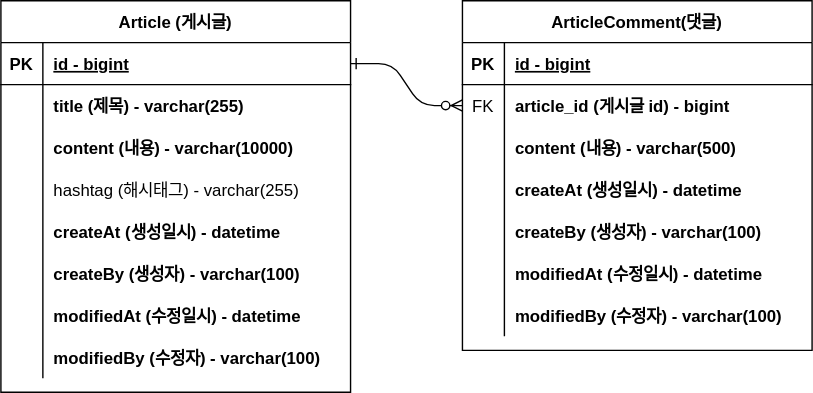
The draw.io diagram document/erd-project-board.svg in JinseonYe/board-project, before a commit. Source tidied: cells renumbered, new cells last; positions are measured from the earlier drawing's top-left corner, leaving out a move shared by most shapes.
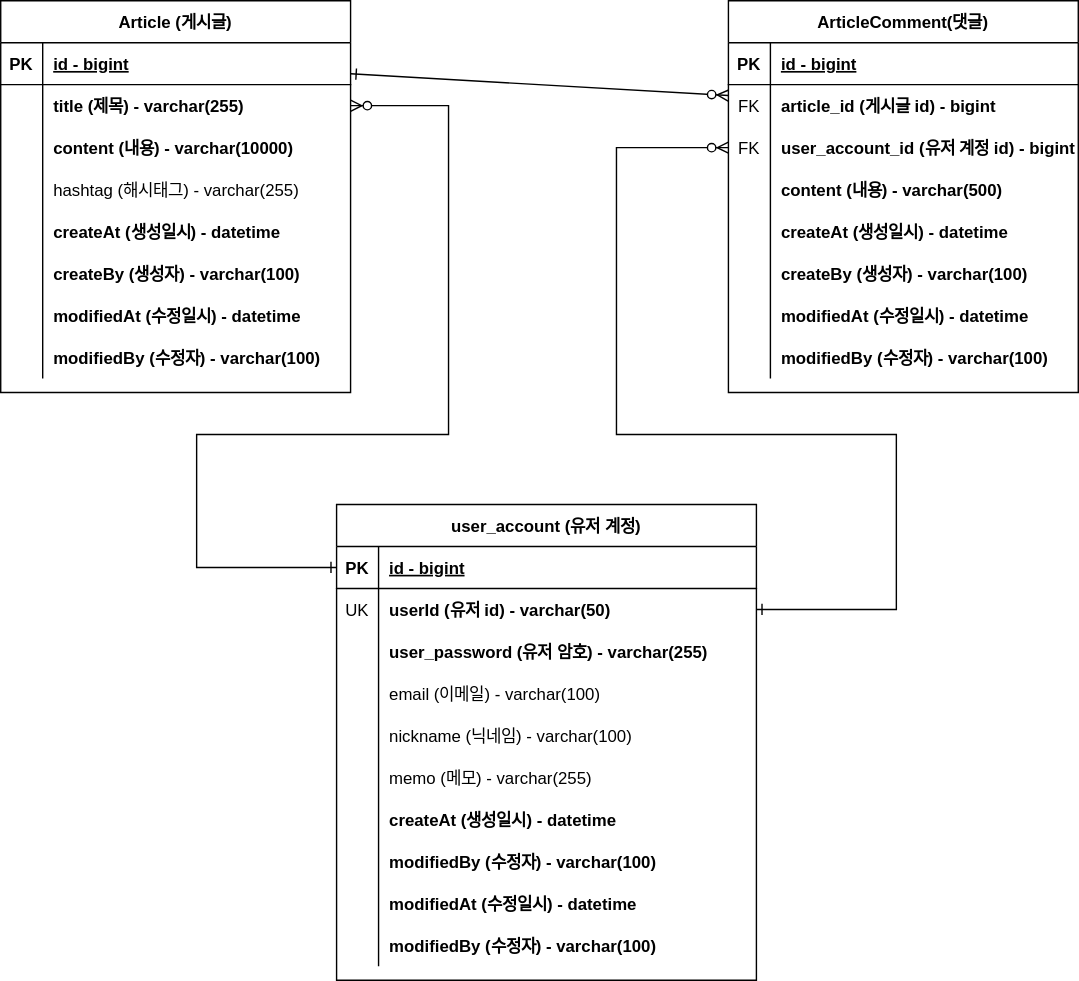
The same diagram one commit later.

Commit message:
#19 - userAccount 추가에 따른 erd 수정

The edit, as a diff of the source:
```diff
@@ -2,11 +2,11 @@
   <root>
     <mxCell id="0" />
     <mxCell id="1" parent="0" />
-    <mxCell id="2" style="edgeStyle=entityRelationEdgeStyle;endArrow=ERzeroToMany;startArrow=ERone;endFill=1;startFill=0;" parent="1" edge="1" source="26" target="7">
+    <mxCell id="2" style="endArrow=ERzeroToMany;startArrow=ERone;endFill=1;startFill=0;rounded=0;" parent="1" edge="1" source="26" target="7">
       <mxGeometry relative="1" as="geometry" />
     </mxCell>
     <mxCell id="3" value="ArticleComment(댓글)" style="shape=table;startSize=30;rowLines=0;fontStyle=1;align=center;" parent="1" vertex="1">
-      <mxGeometry x="330" width="250" height="250" as="geometry" />
+      <mxGeometry x="450" y="-20" width="250" height="280" as="geometry" />
     </mxCell>
     <mxCell id="4" style="shape=partialRectangle;fillColor=none;top=0;left=0;right=0;bottom=1;" parent="3" vertex="1">
       <mxGeometry y="30" width="250" height="30" as="geometry" />
@@ -26,8 +26,17 @@
     <mxCell id="9" value="article_id (게시글 id) - bigint" style="shape=partialRectangle;overflow=hidden;fillColor=none;top=0;left=0;bottom=0;right=0;align=left;spacingLeft=6;fontStyle=1;" parent="7" vertex="1">
       <mxGeometry x="30" width="220" height="30" as="geometry" />
     </mxCell>
+    <mxCell id="50" style="shape=partialRectangle;fillColor=none;points=[[0,0.5],[1,0.5]];portConstraint=eastwest;top=0;left=0;right=0;bottom=0;" parent="3" vertex="1">
+      <mxGeometry y="90" width="250" height="30" as="geometry" />
+    </mxCell>
+    <mxCell id="51" value="FK" style="shape=partialRectangle;overflow=hidden;fillColor=none;top=0;left=0;bottom=0;right=0;" parent="50" vertex="1">
+      <mxGeometry width="30" height="30" as="geometry" />
+    </mxCell>
+    <mxCell id="52" value="user_account_id (유저 계정 id) - bigint" style="shape=partialRectangle;overflow=hidden;fillColor=none;top=0;left=0;bottom=0;right=0;align=left;spacingLeft=6;fontStyle=1;" parent="50" vertex="1">
+      <mxGeometry x="30" width="220" height="30" as="geometry" />
+    </mxCell>
     <mxCell id="10" style="shape=partialRectangle;fillColor=none;top=0;left=0;right=0;bottom=0;" parent="3" vertex="1">
-      <mxGeometry y="90" width="250" height="30" as="geometry" />
+      <mxGeometry y="120" width="250" height="30" as="geometry" />
     </mxCell>
     <mxCell id="11" style="shape=partialRectangle;overflow=hidden;fillColor=none;top=0;left=0;bottom=0;right=0;" parent="10" vertex="1">
       <mxGeometry width="30" height="30" as="geometry" />
@@ -36,7 +45,7 @@
       <mxGeometry x="30" width="220" height="30" as="geometry" />
     </mxCell>
     <mxCell id="13" style="shape=partialRectangle;fillColor=none;top=0;left=0;right=0;bottom=0;" parent="3" vertex="1">
-      <mxGeometry y="120" width="250" height="30" as="geometry" />
+      <mxGeometry y="150" width="250" height="30" as="geometry" />
     </mxCell>
     <mxCell id="14" style="shape=partialRectangle;overflow=hidden;fillColor=none;top=0;left=0;bottom=0;right=0;" parent="13" vertex="1">
       <mxGeometry width="30" height="30" as="geometry" />
@@ -45,7 +54,7 @@
       <mxGeometry x="30" width="220" height="30" as="geometry" />
     </mxCell>
     <mxCell id="16" style="shape=partialRectangle;fillColor=none;top=0;left=0;right=0;bottom=0;" parent="3" vertex="1">
-      <mxGeometry y="150" width="250" height="30" as="geometry" />
+      <mxGeometry y="180" width="250" height="30" as="geometry" />
     </mxCell>
     <mxCell id="17" style="shape=partialRectangle;overflow=hidden;fillColor=none;top=0;left=0;bottom=0;right=0;" parent="16" vertex="1">
       <mxGeometry width="30" height="30" as="geometry" />
@@ -54,7 +63,7 @@
       <mxGeometry x="30" width="220" height="30" as="geometry" />
     </mxCell>
     <mxCell id="19" style="shape=partialRectangle;fillColor=none;top=0;left=0;right=0;bottom=0;" parent="3" vertex="1">
-      <mxGeometry y="180" width="250" height="30" as="geometry" />
+      <mxGeometry y="210" width="250" height="30" as="geometry" />
     </mxCell>
     <mxCell id="20" style="shape=partialRectangle;overflow=hidden;fillColor=none;top=0;left=0;bottom=0;right=0;" parent="19" vertex="1">
       <mxGeometry width="30" height="30" as="geometry" />
@@ -63,7 +72,7 @@
       <mxGeometry x="30" width="220" height="30" as="geometry" />
     </mxCell>
     <mxCell id="22" style="shape=partialRectangle;fillColor=none;top=0;left=0;right=0;bottom=0;" parent="3" vertex="1">
-      <mxGeometry y="210" width="250" height="30" as="geometry" />
+      <mxGeometry y="240" width="250" height="30" as="geometry" />
     </mxCell>
     <mxCell id="23" style="shape=partialRectangle;overflow=hidden;fillColor=none;top=0;left=0;bottom=0;right=0;" parent="22" vertex="1">
       <mxGeometry width="30" height="30" as="geometry" />
@@ -72,7 +81,7 @@
       <mxGeometry x="30" width="220" height="30" as="geometry" />
     </mxCell>
     <mxCell id="25" value="Article (게시글)" style="shape=table;startSize=30;rowLines=0;fontStyle=1;align=center;" parent="1" vertex="1">
-      <mxGeometry width="250" height="280" as="geometry" />
+      <mxGeometry x="-70" y="-20" width="250" height="280" as="geometry" />
     </mxCell>
     <mxCell id="26" style="shape=partialRectangle;fillColor=none;points=[[0,0.5],[1,0.5]];portConstraint=eastwest;top=0;left=0;right=0;bottom=1;" parent="25" vertex="1">
       <mxGeometry y="30" width="250" height="30" as="geometry" />
@@ -146,5 +155,118 @@
     <mxCell id="49" value="modifiedBy (수정자) - varchar(100)" style="shape=partialRectangle;overflow=hidden;fillColor=none;top=0;left=0;bottom=0;right=0;align=left;spacingLeft=6;fontStyle=1;" parent="47" vertex="1">
       <mxGeometry x="30" width="220" height="30" as="geometry" />
     </mxCell>
+    <mxCell id="53" value="user_account (유저 계정)" style="shape=table;startSize=30;rowLines=0;fontStyle=1;align=center;" parent="1" vertex="1">
+      <mxGeometry x="170" y="340" width="300" height="340" as="geometry" />
+    </mxCell>
+    <mxCell id="54" style="shape=partialRectangle;fillColor=none;points=[[0,0.5],[1,0.5]];portConstraint=eastwest;top=0;left=0;right=0;bottom=1;" parent="53" vertex="1">
+      <mxGeometry y="30" width="300" height="30" as="geometry" />
+    </mxCell>
+    <mxCell id="55" value="PK" style="shape=partialRectangle;overflow=hidden;fillColor=none;top=0;left=0;bottom=0;right=0;fontStyle=1;" parent="54" vertex="1">
+      <mxGeometry width="30" height="30" as="geometry" />
+    </mxCell>
+    <mxCell id="56" value="id - bigint" style="shape=partialRectangle;overflow=hidden;fillColor=none;top=0;left=0;bottom=0;right=0;align=left;spacingLeft=6;fontStyle=5;" parent="54" vertex="1">
+      <mxGeometry x="30" width="270" height="30" as="geometry" />
+    </mxCell>
+    <mxCell id="57" style="shape=partialRectangle;fillColor=none;points=[[0,0.5],[1,0.5]];portConstraint=eastwest;top=0;left=0;right=0;bottom=0;" parent="53" vertex="1">
+      <mxGeometry y="60" width="300" height="30" as="geometry" />
+    </mxCell>
+    <mxCell id="58" value="UK" style="shape=partialRectangle;overflow=hidden;fillColor=none;top=0;left=0;bottom=0;right=0;" parent="57" vertex="1">
+      <mxGeometry width="30" height="30" as="geometry" />
+    </mxCell>
+    <mxCell id="59" value="userId (유저 id) - varchar(50)" style="shape=partialRectangle;overflow=hidden;fillColor=none;top=0;left=0;bottom=0;right=0;align=left;spacingLeft=6;fontStyle=1;" parent="57" vertex="1">
+      <mxGeometry x="30" width="270" height="30" as="geometry" />
+    </mxCell>
+    <mxCell id="60" style="shape=partialRectangle;fillColor=none;top=0;left=0;right=0;bottom=0;" parent="53" vertex="1">
+      <mxGeometry y="90" width="300" height="30" as="geometry" />
+    </mxCell>
+    <mxCell id="61" style="shape=partialRectangle;overflow=hidden;fillColor=none;top=0;left=0;bottom=0;right=0;" parent="60" vertex="1">
+      <mxGeometry width="30" height="30" as="geometry" />
+    </mxCell>
+    <mxCell id="62" value="user_password (유저 암호) - varchar(255)" style="shape=partialRectangle;overflow=hidden;fillColor=none;top=0;left=0;bottom=0;right=0;align=left;spacingLeft=6;fontStyle=1;" parent="60" vertex="1">
+      <mxGeometry x="30" width="270" height="30" as="geometry" />
+    </mxCell>
+    <mxCell id="63" style="shape=partialRectangle;fillColor=none;top=0;left=0;right=0;bottom=0;" parent="53" vertex="1">
+      <mxGeometry y="120" width="300" height="30" as="geometry" />
+    </mxCell>
+    <mxCell id="64" style="shape=partialRectangle;overflow=hidden;fillColor=none;top=0;left=0;bottom=0;right=0;" parent="63" vertex="1">
+      <mxGeometry width="30" height="30" as="geometry" />
+    </mxCell>
+    <mxCell id="65" value="email (이메일) - varchar(100)" style="shape=partialRectangle;overflow=hidden;fillColor=none;top=0;left=0;bottom=0;right=0;align=left;spacingLeft=6;fontStyle=0;" parent="63" vertex="1">
+      <mxGeometry x="30" width="270" height="30" as="geometry" />
+    </mxCell>
+    <mxCell id="66" style="shape=partialRectangle;fillColor=none;top=0;left=0;right=0;bottom=0;" parent="53" vertex="1">
+      <mxGeometry y="150" width="300" height="30" as="geometry" />
+    </mxCell>
+    <mxCell id="67" style="shape=partialRectangle;overflow=hidden;fillColor=none;top=0;left=0;bottom=0;right=0;" parent="66" vertex="1">
+      <mxGeometry width="30" height="30" as="geometry" />
+    </mxCell>
+    <mxCell id="68" value="nickname (닉네임) - varchar(100)" style="shape=partialRectangle;overflow=hidden;fillColor=none;top=0;left=0;bottom=0;right=0;align=left;spacingLeft=6;fontStyle=0;" parent="66" vertex="1">
+      <mxGeometry x="30" width="270" height="30" as="geometry" />
+    </mxCell>
+    <mxCell id="69" style="shape=partialRectangle;fillColor=none;top=0;left=0;right=0;bottom=0;" parent="53" vertex="1">
+      <mxGeometry y="180" width="300" height="30" as="geometry" />
+    </mxCell>
+    <mxCell id="70" style="shape=partialRectangle;overflow=hidden;fillColor=none;top=0;left=0;bottom=0;right=0;" parent="69" vertex="1">
+      <mxGeometry width="30" height="30" as="geometry" />
+    </mxCell>
+    <mxCell id="71" value="memo (메모) - varchar(255)" style="shape=partialRectangle;overflow=hidden;fillColor=none;top=0;left=0;bottom=0;right=0;align=left;spacingLeft=6;fontStyle=0;" parent="69" vertex="1">
+      <mxGeometry x="30" width="270" height="30" as="geometry" />
+    </mxCell>
+    <mxCell id="72" style="shape=partialRectangle;fillColor=none;top=0;left=0;right=0;bottom=0;" parent="53" vertex="1">
+      <mxGeometry y="210" width="300" height="30" as="geometry" />
+    </mxCell>
+    <mxCell id="73" style="shape=partialRectangle;overflow=hidden;fillColor=none;top=0;left=0;bottom=0;right=0;" parent="72" vertex="1">
+      <mxGeometry width="30" height="30" as="geometry" />
+    </mxCell>
+    <mxCell id="74" value="createAt (생성일시) - datetime" style="shape=partialRectangle;overflow=hidden;fillColor=none;top=0;left=0;bottom=0;right=0;align=left;spacingLeft=6;fontStyle=1;" parent="72" vertex="1">
+      <mxGeometry x="30" width="270" height="30" as="geometry" />
+    </mxCell>
+    <mxCell id="75" style="shape=partialRectangle;fillColor=none;top=0;left=0;right=0;bottom=0;" parent="53" vertex="1">
+      <mxGeometry y="240" width="300" height="30" as="geometry" />
+    </mxCell>
+    <mxCell id="76" style="shape=partialRectangle;overflow=hidden;fillColor=none;top=0;left=0;bottom=0;right=0;" parent="75" vertex="1">
+      <mxGeometry width="30" height="30" as="geometry" />
+    </mxCell>
+    <mxCell id="77" value="modifiedBy (수정자) - varchar(100)" style="shape=partialRectangle;overflow=hidden;fillColor=none;top=0;left=0;bottom=0;right=0;align=left;spacingLeft=6;fontStyle=1;" parent="75" vertex="1">
+      <mxGeometry x="30" width="270" height="30" as="geometry" />
+    </mxCell>
+    <mxCell id="78" style="shape=partialRectangle;fillColor=none;top=0;left=0;right=0;bottom=0;" parent="53" vertex="1">
+      <mxGeometry y="270" width="300" height="30" as="geometry" />
+    </mxCell>
+    <mxCell id="79" style="shape=partialRectangle;overflow=hidden;fillColor=none;top=0;left=0;bottom=0;right=0;" parent="78" vertex="1">
+      <mxGeometry width="30" height="30" as="geometry" />
+    </mxCell>
+    <mxCell id="80" value="modifiedAt (수정일시) - datetime" style="shape=partialRectangle;overflow=hidden;fillColor=none;top=0;left=0;bottom=0;right=0;align=left;spacingLeft=6;fontStyle=1;" parent="78" vertex="1">
+      <mxGeometry x="30" width="270" height="30" as="geometry" />
+    </mxCell>
+    <mxCell id="81" style="shape=partialRectangle;fillColor=none;top=0;left=0;right=0;bottom=0;" parent="53" vertex="1">
+      <mxGeometry y="300" width="300" height="30" as="geometry" />
+    </mxCell>
+    <mxCell id="82" style="shape=partialRectangle;overflow=hidden;fillColor=none;top=0;left=0;bottom=0;right=0;" parent="81" vertex="1">
+      <mxGeometry width="30" height="30" as="geometry" />
+    </mxCell>
+    <mxCell id="83" value="modifiedBy (수정자) - varchar(100)" style="shape=partialRectangle;overflow=hidden;fillColor=none;top=0;left=0;bottom=0;right=0;align=left;spacingLeft=6;fontStyle=1;" parent="81" vertex="1">
+      <mxGeometry x="30" width="270" height="30" as="geometry" />
+    </mxCell>
+    <mxCell id="84" style="endArrow=ERzeroToMany;startArrow=ERone;endFill=1;startFill=0;exitX=1;exitY=0.5;exitDx=0;exitDy=0;entryX=0;entryY=0.5;entryDx=0;entryDy=0;edgeStyle=orthogonalEdgeStyle;rounded=0;" parent="1" edge="1" source="57" target="50">
+      <mxGeometry relative="1" as="geometry">
+        <Array as="points">
+          <mxPoint x="570" y="415" />
+          <mxPoint x="570" y="290" />
+          <mxPoint x="370" y="290" />
+          <mxPoint x="370" y="85" />
+        </Array>
+      </mxGeometry>
+    </mxCell>
+    <mxCell id="85" style="endArrow=ERzeroToMany;startArrow=ERone;endFill=1;startFill=0;exitX=0;exitY=0.5;exitDx=0;exitDy=0;entryX=1;entryY=0.5;entryDx=0;entryDy=0;edgeStyle=orthogonalEdgeStyle;rounded=0;" parent="1" edge="1" source="54" target="29">
+      <mxGeometry relative="1" as="geometry">
+        <Array as="points">
+          <mxPoint x="70" y="385" />
+          <mxPoint x="70" y="290" />
+          <mxPoint x="250" y="290" />
+          <mxPoint x="250" y="55" />
+        </Array>
+      </mxGeometry>
+    </mxCell>
   </root>
 </mxGraphModel>
```
